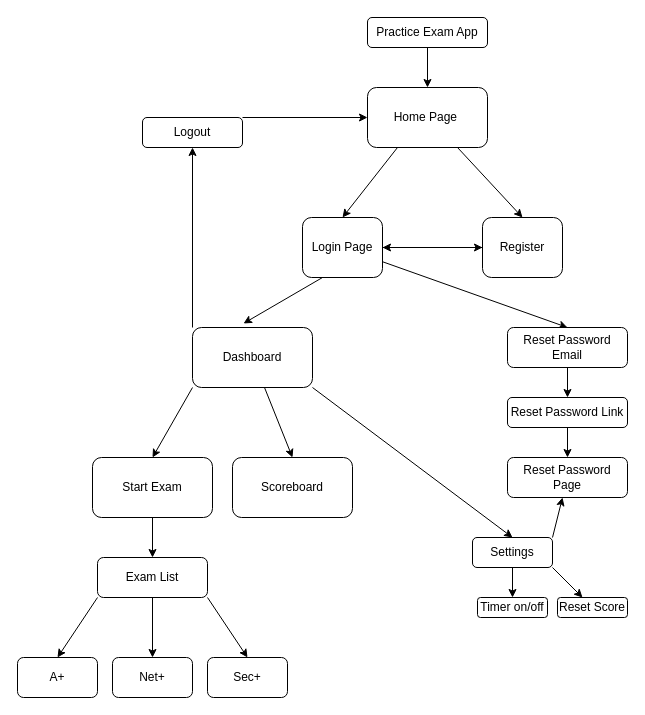
Before: exams/flow.drawio in elbori77/Django-LMS-Project, a draw.io diagram. Source tidied: cells renumbered, new cells numbered last; positions are measured from the earlier drawing's top-left corner, leaving out a move shared by most shapes. Both pictures are drawn from the tidied source at 100%, with x=0, y=0 at pixel (17, 17).
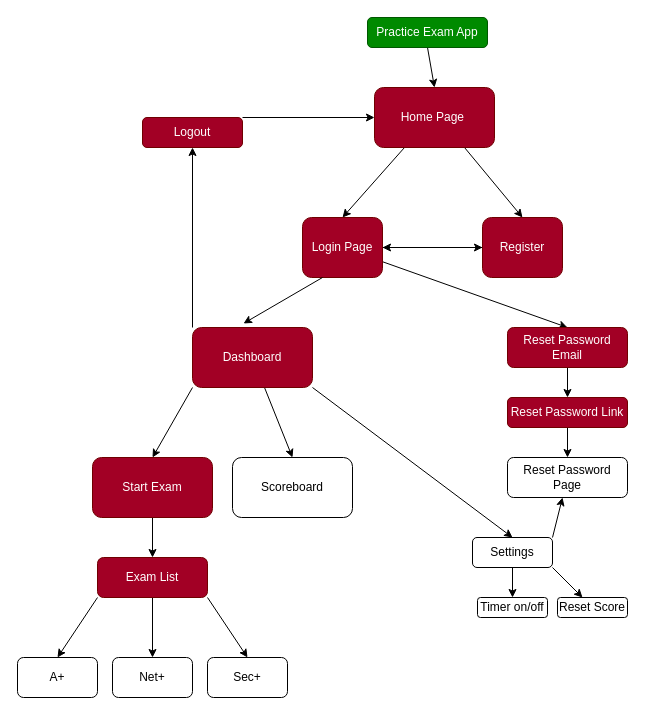
Above is the later version.

The edit, as a diff of the source:
```diff
@@
-    <mxCell id="3" value="Practice Exam App" style="rounded=1;whiteSpace=wrap;html=1;" parent="1" vertex="1">
+    <mxCell id="3" value="Practice Exam App" style="rounded=1;whiteSpace=wrap;html=1;fillColor=#008a00;fontColor=#ffffff;strokeColor=#005700;" parent="1" vertex="1">
       <mxGeometry x="350" width="120" height="30" as="geometry" />
     </mxCell>
@@
-    <mxCell id="6" value="Home Page&amp;nbsp;" style="rounded=1;whiteSpace=wrap;html=1;" parent="1" vertex="1">
-      <mxGeometry x="350" y="70" width="120" height="60" as="geometry" />
+    <mxCell id="6" value="Home Page&amp;nbsp;" style="rounded=1;whiteSpace=wrap;html=1;fillColor=#a20025;fontColor=#ffffff;strokeColor=#6F0000;" parent="1" vertex="1">
+      <mxGeometry x="357" y="70" width="120" height="60" as="geometry" />
     </mxCell>
@@
-    <mxCell id="9" value="Login Page" style="rounded=1;whiteSpace=wrap;html=1;" parent="1" vertex="1">
+    <mxCell id="9" value="Login Page" style="rounded=1;whiteSpace=wrap;html=1;fillColor=#a20025;fontColor=#ffffff;strokeColor=#6F0000;" parent="1" vertex="1">
       <mxGeometry x="285" y="200" width="80" height="60" as="geometry" />
     </mxCell>
@@
-    <mxCell id="11" value="Register" style="rounded=1;whiteSpace=wrap;html=1;" parent="1" vertex="1">
+    <mxCell id="11" value="Register" style="rounded=1;whiteSpace=wrap;html=1;fillColor=#a20025;fontColor=#ffffff;strokeColor=#6F0000;" parent="1" vertex="1">
       <mxGeometry x="465" y="200" width="80" height="60" as="geometry" />
     </mxCell>
@@
-    <mxCell id="16" value="Dashboard" style="rounded=1;whiteSpace=wrap;html=1;" parent="1" vertex="1">
+    <mxCell id="16" value="Dashboard" style="rounded=1;whiteSpace=wrap;html=1;fillColor=#a20025;fontColor=#ffffff;strokeColor=#6F0000;" parent="1" vertex="1">
       <mxGeometry x="175" y="310" width="120" height="60" as="geometry" />
     </mxCell>
@@
-    <mxCell id="19" value="Reset Password Email" style="rounded=1;whiteSpace=wrap;html=1;" parent="1" vertex="1">
+    <mxCell id="19" value="Reset Password Email" style="rounded=1;whiteSpace=wrap;html=1;fillColor=#a20025;fontColor=#ffffff;strokeColor=#6F0000;" parent="1" vertex="1">
       <mxGeometry x="490" y="310" width="120" height="40" as="geometry" />
     </mxCell>
@@
-    <mxCell id="21" value="Logout" style="rounded=1;whiteSpace=wrap;html=1;" parent="1" vertex="1">
+    <mxCell id="21" value="Logout" style="rounded=1;whiteSpace=wrap;html=1;fillColor=#a20025;fontColor=#ffffff;strokeColor=#6F0000;" parent="1" vertex="1">
       <mxGeometry x="125" y="100" width="100" height="30" as="geometry" />
     </mxCell>
@@
-    <mxCell id="23" value="Start Exam" style="rounded=1;whiteSpace=wrap;html=1;" parent="1" vertex="1">
+    <mxCell id="23" value="Start Exam" style="rounded=1;whiteSpace=wrap;html=1;fillColor=#a20025;fontColor=#ffffff;strokeColor=#6F0000;" parent="1" vertex="1">
       <mxGeometry x="75" y="440" width="120" height="60" as="geometry" />
     </mxCell>
@@
-    <mxCell id="34" value="Exam List" style="rounded=1;whiteSpace=wrap;html=1;" parent="1" vertex="1">
+    <mxCell id="34" value="Exam List" style="rounded=1;whiteSpace=wrap;html=1;fillColor=#a20025;fontColor=#ffffff;strokeColor=#6F0000;" parent="1" vertex="1">
       <mxGeometry x="80" y="540" width="110" height="40" as="geometry" />
     </mxCell>
@@
-    <mxCell id="40" value="Reset Password Link" style="rounded=1;whiteSpace=wrap;html=1;" parent="1" vertex="1">
+    <mxCell id="40" value="Reset Password Link" style="rounded=1;whiteSpace=wrap;html=1;fillColor=#a20025;fontColor=#ffffff;strokeColor=#6F0000;" parent="1" vertex="1">
       <mxGeometry x="490" y="380" width="120" height="30" as="geometry" />
     </mxCell>
```
